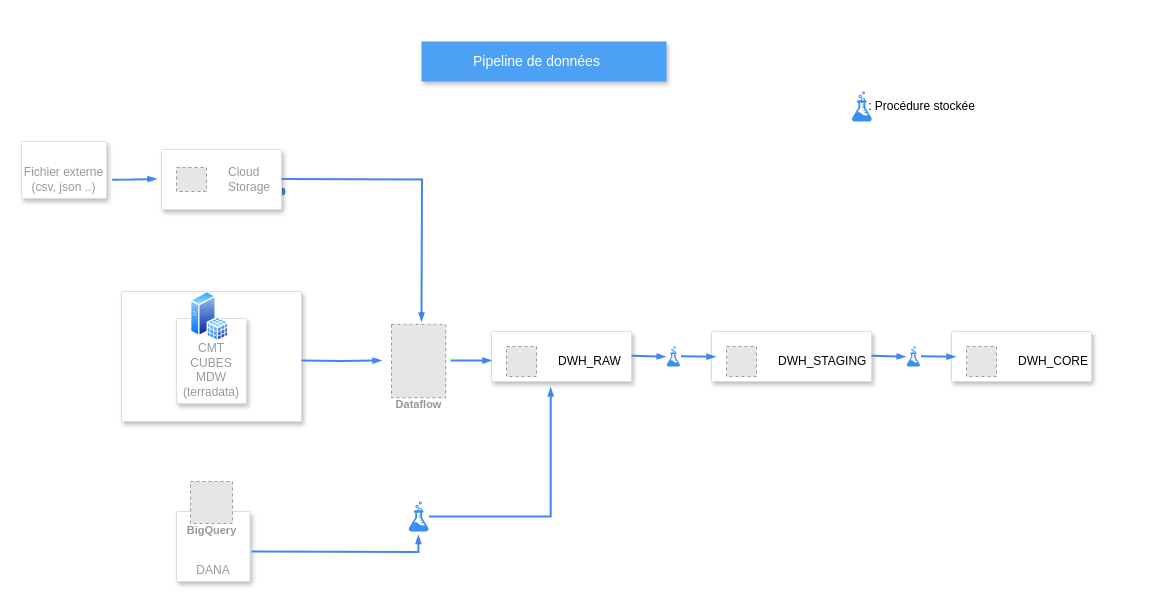
The draw.io diagram Diagramme sans nom.drawio in nboumlaik/Code2.0, before the edit. Source tidied: cells renumbered, new cells numbered last; positions are measured from the earlier drawing's top-left corner, leaving out a move shared by most shapes. Both pictures are drawn from the tidied source at 100%, with x=0, y=0 at pixel (21, 41). Pictures stored in the file or linked from it are replaced by grey dashed boxes.
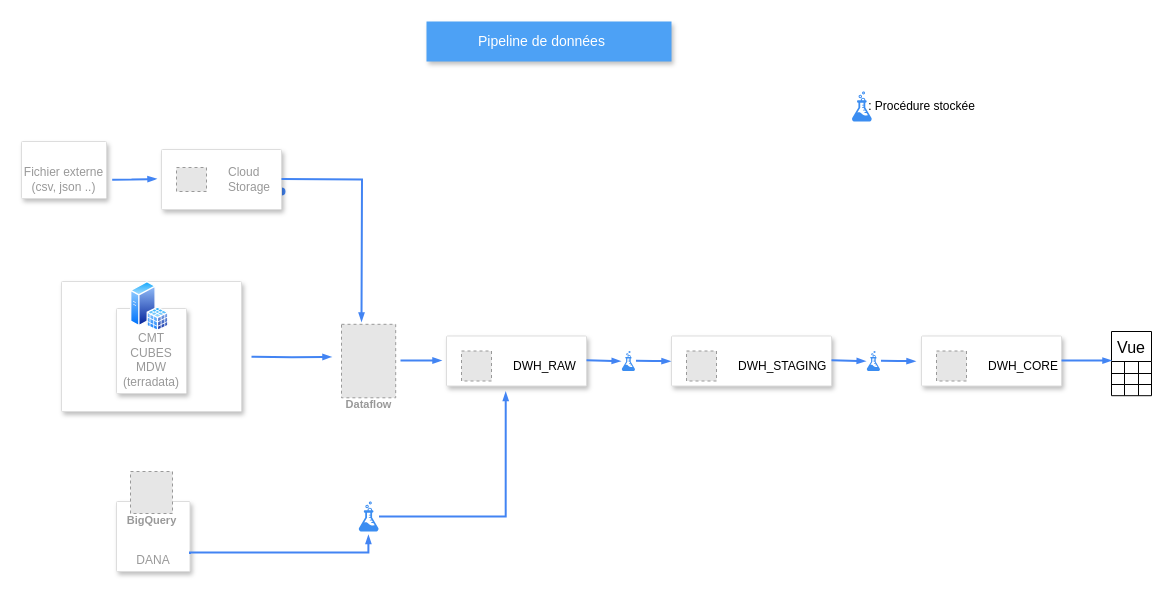
After the change.

Commit message:
Mettre à jour Diagramme sans nom.drawio

What changed in the source:
```diff
@@
     <mxCell id="2" value="Pipeline de données" style="fillColor=#4DA1F5;strokeColor=none;shadow=1;gradientColor=none;fontSize=14;align=left;spacingLeft=50;fontColor=#ffffff;html=1;" parent="1" vertex="1">
-      <mxGeometry x="400" width="245" height="40" as="geometry" />
+      <mxGeometry x="405" y="-20" width="245" height="40" as="geometry" />
     </mxCell>
@@
     <mxCell id="7" value="DANA" style="strokeColor=#dddddd;fillColor=#ffffff;shadow=1;strokeWidth=1;rounded=1;absoluteArcSize=1;arcSize=2;labelPosition=center;verticalLabelPosition=middle;align=center;verticalAlign=bottom;spacingLeft=0;fontColor=#999999;fontSize=12;whiteSpace=wrap;spacingBottom=2;html=1;" parent="1" vertex="1">
-      <mxGeometry x="155" y="470" width="73.5" height="70" as="geometry" />
+      <mxGeometry x="95" y="460" width="73.5" height="70" as="geometry" />
     </mxCell>
     <mxCell id="8" value="BigQuery" style="fillColor=#E6E6E6;strokeColor=#999999;dashed=1;html=1;verticalAlign=top;labelPosition=center;verticalLabelPosition=bottom;align=center;spacingTop=-6;fontSize=11;fontStyle=1;fontColor=#999999;" parent="1" vertex="1">
-      <mxGeometry x="169" y="440" width="42" height="42" as="geometry" />
+      <mxGeometry x="109" y="430" width="42" height="42" as="geometry" />
     </mxCell>
     <mxCell id="9" value="Dataflow" style="fillColor=#E6E6E6;strokeColor=#999999;dashed=1;html=1;verticalAlign=top;labelPosition=center;verticalLabelPosition=bottom;align=center;spacingTop=-6;fontSize=11;fontStyle=1;fontColor=#999999;" parent="1" vertex="1">
-      <mxGeometry x="370" y="282.8" width="54.2" height="73.5" as="geometry" />
+      <mxGeometry x="320" y="282.8" width="54.2" height="73.5" as="geometry" />
     </mxCell>
     <mxCell id="10" style="strokeColor=#dddddd;shadow=1;strokeWidth=1;rounded=1;absoluteArcSize=1;arcSize=2;" parent="1" vertex="1">
-      <mxGeometry x="100" y="250" width="180" height="130" as="geometry" />
+      <mxGeometry x="40" y="240" width="180" height="130" as="geometry" />
     </mxCell>
     <mxCell id="11" value="CMT&lt;br&gt;CUBES&lt;br&gt;MDW (terradata)" style="strokeColor=#dddddd;fillColor=#ffffff;shadow=1;strokeWidth=1;rounded=1;absoluteArcSize=1;arcSize=2;labelPosition=center;verticalLabelPosition=middle;align=center;verticalAlign=bottom;spacingLeft=0;fontColor=#999999;fontSize=12;whiteSpace=wrap;spacingBottom=2;html=1;" parent="1" vertex="1">
-      <mxGeometry x="155" y="277" width="70" height="85" as="geometry" />
+      <mxGeometry x="95" y="267" width="70" height="85" as="geometry" />
     </mxCell>
     <mxCell id="12" style="image;perimeter=ellipsePerimeter;html=1;align=center;shadow=0;dashed=0;spacingTop=3;image=img/lib/active_directory/sql_server.svg;" parent="1" vertex="1">
-      <mxGeometry x="169" y="250" width="38.5" height="50" as="geometry" />
+      <mxGeometry x="109" y="240" width="38.5" height="50" as="geometry" />
     </mxCell>
     <mxCell id="13" style="edgeStyle=orthogonalEdgeStyle;fontSize=12;html=1;endArrow=blockThin;endFill=1;rounded=0;strokeWidth=2;endSize=4;startSize=4;dashed=0;strokeColor=#4284F3;" parent="1" edge="1">
       <mxGeometry relative="1" as="geometry">
         <mxPoint x="260" y="137.4" as="sourcePoint" />
-        <mxPoint x="400" y="280" as="targetPoint" />
+        <mxPoint x="340" y="280" as="targetPoint" />
       </mxGeometry>
     </mxCell>
     <mxCell id="14" style="edgeStyle=orthogonalEdgeStyle;fontSize=12;html=1;endArrow=blockThin;endFill=1;rounded=0;strokeWidth=2;endSize=4;startSize=4;dashed=0;strokeColor=#4284F3;" parent="1" edge="1">
       <mxGeometry relative="1" as="geometry">
-        <mxPoint x="280" y="318.9" as="sourcePoint" />
-        <mxPoint x="360" y="319" as="targetPoint" />
+        <mxPoint x="230" y="315.3" as="sourcePoint" />
+        <mxPoint x="310" y="315.4" as="targetPoint" />
       </mxGeometry>
     </mxCell>
@@
     <mxCell id="16" style="strokeColor=#dddddd;shadow=1;strokeWidth=1;rounded=1;absoluteArcSize=1;arcSize=2;" parent="1" vertex="1">
-      <mxGeometry x="470" y="290" width="140" height="50" as="geometry" />
+      <mxGeometry x="425" y="294.5" width="140" height="50" as="geometry" />
     </mxCell>
@@
     <mxCell id="18" style="strokeColor=#dddddd;shadow=1;strokeWidth=1;rounded=1;absoluteArcSize=1;arcSize=2;" parent="1" vertex="1">
-      <mxGeometry x="690" y="290" width="160" height="50" as="geometry" />
+      <mxGeometry x="650" y="294.5" width="160" height="50" as="geometry" />
     </mxCell>
@@
     <mxCell id="20" style="strokeColor=#dddddd;shadow=1;strokeWidth=1;rounded=1;absoluteArcSize=1;arcSize=2;" parent="1" vertex="1">
-      <mxGeometry x="930" y="290" width="140" height="50" as="geometry" />
+      <mxGeometry x="900" y="294.5" width="140" height="50" as="geometry" />
     </mxCell>
@@
     <mxCell id="22" style="edgeStyle=orthogonalEdgeStyle;fontSize=12;html=1;endArrow=blockThin;endFill=1;rounded=0;strokeWidth=2;endSize=4;startSize=4;dashed=0;strokeColor=#4284F3;" parent="1" edge="1">
       <mxGeometry relative="1" as="geometry">
-        <mxPoint x="430" y="320" as="sourcePoint" />
-        <mxPoint x="470" y="319" as="targetPoint" />
+        <mxPoint x="380" y="320" as="sourcePoint" />
+        <mxPoint x="420" y="319" as="targetPoint" />
         <Array as="points">
-          <mxPoint x="454.2" y="319" />
-          <mxPoint x="454.2" y="319" />
+          <mxPoint x="404.2" y="319" />
+          <mxPoint x="404.2" y="319" />
         </Array>
       </mxGeometry>
     </mxCell>
     <mxCell id="23" style="edgeStyle=orthogonalEdgeStyle;fontSize=12;html=1;endArrow=blockThin;endFill=1;rounded=0;strokeWidth=2;endSize=4;startSize=4;dashed=0;strokeColor=#4284F3;entryX=-0.06;entryY=0.51;entryDx=0;entryDy=0;exitX=1.049;exitY=0.493;exitDx=0;exitDy=0;exitPerimeter=0;entryPerimeter=0;" parent="1" edge="1" source="25">
       <mxGeometry relative="1" as="geometry">
-        <mxPoint x="694" y="315.3" as="targetPoint" />
+        <mxPoint x="649" y="319.8" as="targetPoint" />
       </mxGeometry>
     </mxCell>
     <mxCell id="24" style="edgeStyle=orthogonalEdgeStyle;fontSize=12;html=1;endArrow=blockThin;endFill=1;rounded=0;strokeWidth=2;endSize=4;startSize=4;dashed=0;strokeColor=#4284F3;entryX=-0.06;entryY=0.51;entryDx=0;entryDy=0;exitX=1.049;exitY=0.493;exitDx=0;exitDy=0;exitPerimeter=0;entryPerimeter=0;" parent="1" edge="1" target="25">
       <mxGeometry relative="1" as="geometry">
-        <mxPoint x="610" y="314.3" as="sourcePoint" />
+        <mxPoint x="565" y="318.8" as="sourcePoint" />
       </mxGeometry>
     </mxCell>
     <mxCell id="25" style="sketch=0;html=1;strokeColor=none;shadow=0;fillColor=#3B8DF1;verticalAlign=top;labelPosition=center;verticalLabelPosition=bottom;shape=mxgraph.gcp2.biomedical_beaker;" parent="1" vertex="1">
-      <mxGeometry x="645" y="305" width="13.8" height="20" as="geometry" />
+      <mxGeometry x="600" y="309.5" width="13.8" height="20" as="geometry" />
     </mxCell>
-    <mxCell id="26" style="edgeStyle=orthogonalEdgeStyle;fontSize=12;html=1;endArrow=blockThin;endFill=1;rounded=0;strokeWidth=2;endSize=4;startSize=4;dashed=0;strokeColor=#4284F3;entryX=-0.06;entryY=0.51;entryDx=0;entryDy=0;exitX=1.049;exitY=0.493;exitDx=0;exitDy=0;exitPerimeter=0;entryPerimeter=0;" parent="1" edge="1" source="28">
-      <mxGeometry relative="1" as="geometry">
-        <mxPoint x="934" y="315.3" as="targetPoint" />
-      </mxGeometry>
-    </mxCell>
-    <mxCell id="27" style="edgeStyle=orthogonalEdgeStyle;fontSize=12;html=1;endArrow=blockThin;endFill=1;rounded=0;strokeWidth=2;endSize=4;startSize=4;dashed=0;strokeColor=#4284F3;entryX=-0.06;entryY=0.51;entryDx=0;entryDy=0;exitX=1.049;exitY=0.493;exitDx=0;exitDy=0;exitPerimeter=0;entryPerimeter=0;" parent="1" edge="1" target="28">
-      <mxGeometry relative="1" as="geometry">
-        <mxPoint x="850" y="314.3" as="sourcePoint" />
-      </mxGeometry>
-    </mxCell>
-    <mxCell id="28" style="sketch=0;html=1;strokeColor=none;shadow=0;fillColor=#3B8DF1;verticalAlign=top;labelPosition=center;verticalLabelPosition=bottom;shape=mxgraph.gcp2.biomedical_beaker;" parent="1" vertex="1">
-      <mxGeometry x="885" y="305" width="13.8" height="20" as="geometry" />
-    </mxCell>
@@
-    <mxCell id="31" style="edgeStyle=orthogonalEdgeStyle;fontSize=12;html=1;endArrow=blockThin;endFill=1;rounded=0;strokeWidth=2;endSize=4;startSize=4;dashed=0;strokeColor=#4284F3;entryX=0.489;entryY=1.12;entryDx=0;entryDy=0;entryPerimeter=0;" parent="1" edge="1" target="32">
+    <mxCell id="31" style="edgeStyle=orthogonalEdgeStyle;fontSize=12;html=1;endArrow=blockThin;endFill=1;rounded=0;strokeWidth=2;endSize=4;startSize=4;dashed=0;strokeColor=#4284F3;entryX=0.489;entryY=1.12;entryDx=0;entryDy=0;entryPerimeter=0;exitX=1;exitY=0.75;exitDx=0;exitDy=0;" parent="1" edge="1" source="7" target="32">
       <mxGeometry relative="1" as="geometry">
-        <mxPoint x="230" y="510" as="sourcePoint" />
+        <Array as="points">
+          <mxPoint x="169" y="511" />
+          <mxPoint x="347" y="511" />
+        </Array>
       </mxGeometry>
     </mxCell>
     <mxCell id="32" style="sketch=0;html=1;strokeColor=none;shadow=0;fillColor=#3B8DF1;verticalAlign=top;labelPosition=center;verticalLabelPosition=bottom;shape=mxgraph.gcp2.biomedical_beaker;" parent="1" vertex="1">
-      <mxGeometry x="386.8" y="460" width="20.7" height="30" as="geometry" />
+      <mxGeometry x="336.8" y="460" width="20.7" height="30" as="geometry" />
     </mxCell>
@@
+    <mxCell id="34" value="Vue" style="shape=table;startSize=30;childLayout=tableLayout;strokeColor=default;fontSize=16;" parent="1" vertex="1">
+      <mxGeometry x="1090" y="290" width="40" height="64.2" as="geometry" />
+    </mxCell>
+    <mxCell id="35" style="shape=tableRow;horizontal=0;startSize=0;swimlaneHead=0;swimlaneBody=0;strokeColor=inherit;top=0;left=0;bottom=0;right=0;fillColor=none;fontSize=16;" parent="34" vertex="1">
+      <mxGeometry y="30" width="40" height="12" as="geometry" />
+    </mxCell>
+    <mxCell id="36" style="shape=partialRectangle;html=1;whiteSpace=wrap;strokeColor=inherit;overflow=hidden;fillColor=none;top=0;left=0;bottom=0;right=0;fontSize=16;" parent="35" vertex="1">
+      <mxGeometry width="13" height="12" as="geometry" />
+    </mxCell>
+    <mxCell id="37" style="shape=partialRectangle;html=1;whiteSpace=wrap;strokeColor=inherit;overflow=hidden;fillColor=none;top=0;left=0;bottom=0;right=0;fontSize=16;" parent="35" vertex="1">
+      <mxGeometry x="13" width="14" height="12" as="geometry" />
+    </mxCell>
+    <mxCell id="38" style="shape=partialRectangle;html=1;whiteSpace=wrap;strokeColor=inherit;overflow=hidden;fillColor=none;top=0;left=0;bottom=0;right=0;fontSize=16;" parent="35" vertex="1">
+      <mxGeometry x="27" width="13" height="12" as="geometry" />
+    </mxCell>
+    <mxCell id="39" style="shape=tableRow;horizontal=0;startSize=0;swimlaneHead=0;swimlaneBody=0;strokeColor=inherit;top=0;left=0;bottom=0;right=0;fillColor=none;fontSize=16;" parent="34" vertex="1">
+      <mxGeometry y="42" width="40" height="11" as="geometry" />
+    </mxCell>
+    <mxCell id="40" style="shape=partialRectangle;html=1;whiteSpace=wrap;strokeColor=inherit;overflow=hidden;fillColor=none;top=0;left=0;bottom=0;right=0;fontSize=16;" parent="39" vertex="1">
+      <mxGeometry width="13" height="11" as="geometry" />
+    </mxCell>
+    <mxCell id="41" style="shape=partialRectangle;html=1;whiteSpace=wrap;strokeColor=inherit;overflow=hidden;fillColor=none;top=0;left=0;bottom=0;right=0;fontSize=16;" parent="39" vertex="1">
+      <mxGeometry x="13" width="14" height="11" as="geometry" />
+    </mxCell>
+    <mxCell id="42" style="shape=partialRectangle;html=1;whiteSpace=wrap;strokeColor=inherit;overflow=hidden;fillColor=none;top=0;left=0;bottom=0;right=0;fontSize=16;" parent="39" vertex="1">
+      <mxGeometry x="27" width="13" height="11" as="geometry" />
+    </mxCell>
+    <mxCell id="43" style="shape=tableRow;horizontal=0;startSize=0;swimlaneHead=0;swimlaneBody=0;strokeColor=inherit;top=0;left=0;bottom=0;right=0;fillColor=none;fontSize=16;" parent="34" vertex="1">
+      <mxGeometry y="53" width="40" height="11" as="geometry" />
+    </mxCell>
+    <mxCell id="44" style="shape=partialRectangle;html=1;whiteSpace=wrap;strokeColor=inherit;overflow=hidden;fillColor=none;top=0;left=0;bottom=0;right=0;fontSize=16;" parent="43" vertex="1">
+      <mxGeometry width="13" height="11" as="geometry" />
+    </mxCell>
+    <mxCell id="45" style="shape=partialRectangle;html=1;whiteSpace=wrap;strokeColor=inherit;overflow=hidden;fillColor=none;top=0;left=0;bottom=0;right=0;fontSize=16;" parent="43" vertex="1">
+      <mxGeometry x="13" width="14" height="11" as="geometry" />
+    </mxCell>
+    <mxCell id="46" style="shape=partialRectangle;html=1;whiteSpace=wrap;strokeColor=inherit;overflow=hidden;fillColor=none;top=0;left=0;bottom=0;right=0;fontSize=16;" parent="43" vertex="1">
+      <mxGeometry x="27" width="13" height="11" as="geometry" />
+    </mxCell>
+    <mxCell id="47" style="edgeStyle=orthogonalEdgeStyle;fontSize=12;html=1;endArrow=blockThin;endFill=1;rounded=0;strokeWidth=2;endSize=4;startSize=4;dashed=0;strokeColor=#4284F3;" parent="1" edge="1">
+      <mxGeometry relative="1" as="geometry">
+        <mxPoint x="1040" y="319.1" as="sourcePoint" />
+        <mxPoint x="1090" y="319.1" as="targetPoint" />
+      </mxGeometry>
+    </mxCell>
+    <mxCell id="48" style="edgeStyle=orthogonalEdgeStyle;fontSize=12;html=1;endArrow=blockThin;endFill=1;rounded=0;strokeWidth=2;endSize=4;startSize=4;dashed=0;strokeColor=#4284F3;entryX=-0.06;entryY=0.51;entryDx=0;entryDy=0;exitX=1.049;exitY=0.493;exitDx=0;exitDy=0;exitPerimeter=0;entryPerimeter=0;" parent="1" edge="1" source="50">
+      <mxGeometry relative="1" as="geometry">
+        <mxPoint x="894" y="319.8" as="targetPoint" />
+      </mxGeometry>
+    </mxCell>
+    <mxCell id="49" style="edgeStyle=orthogonalEdgeStyle;fontSize=12;html=1;endArrow=blockThin;endFill=1;rounded=0;strokeWidth=2;endSize=4;startSize=4;dashed=0;strokeColor=#4284F3;entryX=-0.06;entryY=0.51;entryDx=0;entryDy=0;exitX=1.049;exitY=0.493;exitDx=0;exitDy=0;exitPerimeter=0;entryPerimeter=0;" parent="1" edge="1" target="50">
+      <mxGeometry relative="1" as="geometry">
+        <mxPoint x="810" y="318.8" as="sourcePoint" />
+      </mxGeometry>
+    </mxCell>
+    <mxCell id="50" style="sketch=0;html=1;strokeColor=none;shadow=0;fillColor=#3B8DF1;verticalAlign=top;labelPosition=center;verticalLabelPosition=bottom;shape=mxgraph.gcp2.biomedical_beaker;" parent="1" vertex="1">
+      <mxGeometry x="845" y="309.5" width="13.8" height="20" as="geometry" />
+    </mxCell>
```
